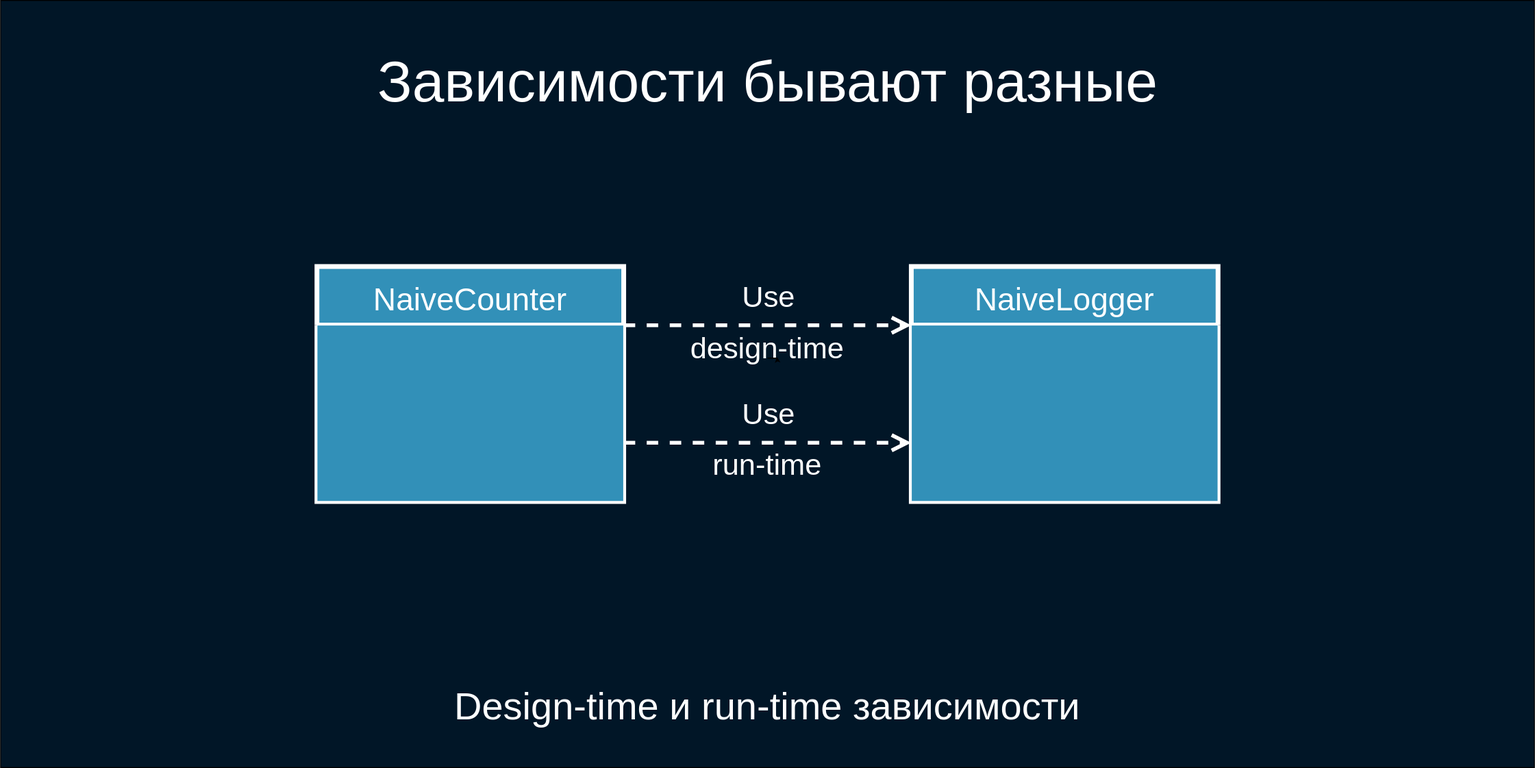
Above: deck/ru/diagrams/naive1.svg in softspiders/dip-in-ca-deck (draw.io), before the change. Source tidied: cells renumbered, new cells last; positions are measured from the earlier drawing's top-left corner, leaving out a move shared by most shapes. Source of this version:
```xml
<mxGraphModel background="#ffffff">
  <root>
    <mxCell id="0" />
    <mxCell id="1" parent="0" />
    <mxCell id="2" style="rounded=0;whiteSpace=wrap;html=1;fillColor=#011627;fontSize=30;fontColor=#FFFFFF;strokeColor=#000000;" parent="1" vertex="1">
      <mxGeometry width="1600" height="800" as="geometry" />
    </mxCell>
    <mxCell id="3" value="Use" style="endArrow=open;endSize=12;dashed=1;html=1;fontSize=31;fontColor=#FFFFFF;strokeColor=#FFFFFF;entryX=0;entryY=0.25;entryDx=0;entryDy=0;strokeWidth=4;labelBackgroundColor=none;rounded=0;exitX=1;exitY=0.25;exitDx=0;exitDy=0;" parent="1" edge="1" source="4" target="6">
      <mxGeometry y="30" relative="1" as="geometry" />
    </mxCell>
    <mxCell id="4" value="NaiveCounter" style="swimlane;fontStyle=0;horizontal=1;startSize=61;fillColor=#3290B8;strokeColor=#FFFFFF;strokeWidth=5;fontSize=33;fontColor=#FFFFFF;" parent="1" vertex="1">
      <mxGeometry x="330" y="277.5" width="320" height="245" as="geometry" />
    </mxCell>
    <mxCell id="5" style="text;strokeColor=#FFFFFF;fillColor=#3290B8;align=left;verticalAlign=top;spacingLeft=4;spacingRight=4;overflow=hidden;strokeWidth=1;" parent="4" vertex="1">
      <mxGeometry y="61" width="320" height="184" as="geometry" />
    </mxCell>
    <mxCell id="6" value="NaiveLogger" style="swimlane;fontStyle=0;horizontal=1;startSize=61;fillColor=#3290B8;strokeColor=#FFFFFF;strokeWidth=5;fontSize=33;fontColor=#FFFFFF;" parent="1" vertex="1">
      <mxGeometry x="950" y="277.5" width="320" height="245" as="geometry" />
    </mxCell>
    <mxCell id="7" style="text;strokeColor=#FFFFFF;fillColor=#3290B8;align=left;verticalAlign=top;spacingLeft=4;spacingRight=4;overflow=hidden;strokeWidth=1;" parent="6" vertex="1">
      <mxGeometry y="61" width="320" height="184" as="geometry" />
    </mxCell>
    <mxCell id="8" value="design-time" style="text;html=1;strokeColor=none;fillColor=none;align=center;verticalAlign=middle;whiteSpace=wrap;rounded=0;fontSize=31;fontColor=#FFFFFF;" parent="1" vertex="1">
      <mxGeometry x="705" y="353" width="190" height="20" as="geometry" />
    </mxCell>
    <mxCell id="9" style="edgeStyle=orthogonalEdgeStyle;rounded=0;orthogonalLoop=1;jettySize=auto;html=1;exitX=0.5;exitY=1;exitDx=0;exitDy=0;entryX=0.553;entryY=0.974;entryDx=0;entryDy=0;entryPerimeter=0;fontSize=33;fontColor=#FFFFFF;" parent="1" edge="1" source="8" target="8">
      <mxGeometry relative="1" as="geometry" />
    </mxCell>
    <mxCell id="10" value="Зависимости бывают разные" style="text;html=1;strokeColor=none;fillColor=none;align=center;verticalAlign=middle;whiteSpace=wrap;rounded=0;fontSize=60;fontColor=#FFFFFF;" parent="1" vertex="1">
      <mxGeometry x="353.8" y="50" width="892.5" height="70" as="geometry" />
    </mxCell>
    <mxCell id="11" value="Use" style="endArrow=open;endSize=12;dashed=1;html=1;fontSize=31;fontColor=#FFFFFF;strokeColor=#FFFFFF;entryX=0;entryY=0.75;entryDx=0;entryDy=0;strokeWidth=4;labelBackgroundColor=none;rounded=0;exitX=1;exitY=0.75;exitDx=0;exitDy=0;" parent="1" edge="1" source="4" target="6">
      <mxGeometry y="30" relative="1" as="geometry" />
    </mxCell>
    <mxCell id="12" value="run-time" style="text;html=1;strokeColor=none;fillColor=none;align=center;verticalAlign=middle;whiteSpace=wrap;rounded=0;fontSize=31;fontColor=#FFFFFF;" parent="1" vertex="1">
      <mxGeometry x="705" y="474" width="190" height="20" as="geometry" />
    </mxCell>
    <mxCell id="13" value="Design-time и run-time зависимости" style="text;html=1;strokeColor=none;fillColor=none;align=center;verticalAlign=middle;whiteSpace=wrap;rounded=0;fontSize=40;fontColor=#FFFFFF;" parent="1" vertex="1">
      <mxGeometry x="215" y="700" width="1170" height="70" as="geometry" />
    </mxCell>
  </root>
</mxGraphModel>
```
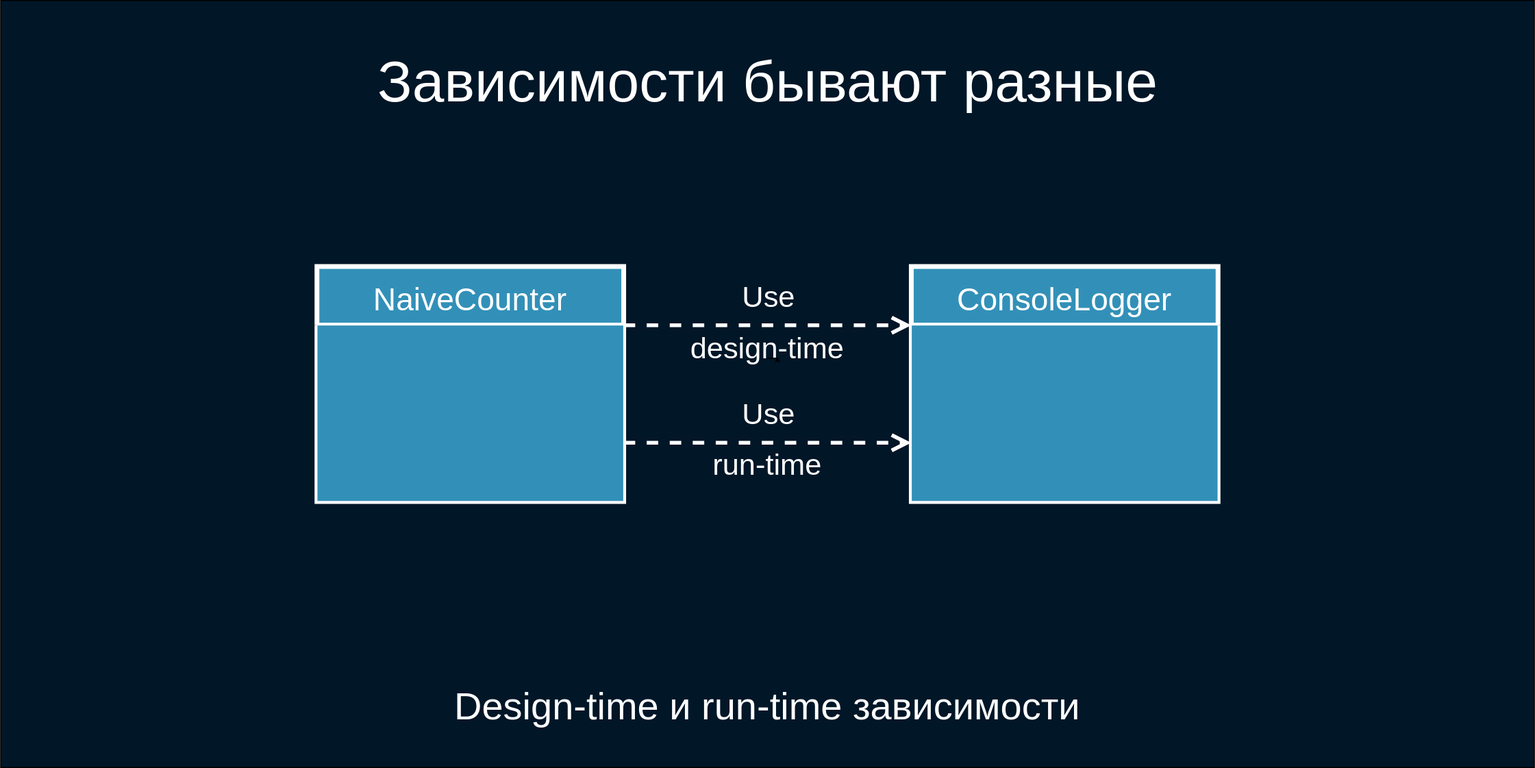
Later version of the same file.

What changed in the source:
```diff
@@ -14,7 +14,7 @@
     <mxCell id="5" style="text;strokeColor=#FFFFFF;fillColor=#3290B8;align=left;verticalAlign=top;spacingLeft=4;spacingRight=4;overflow=hidden;strokeWidth=1;" parent="4" vertex="1">
       <mxGeometry y="61" width="320" height="184" as="geometry" />
     </mxCell>
-    <mxCell id="6" value="NaiveLogger" style="swimlane;fontStyle=0;horizontal=1;startSize=61;fillColor=#3290B8;strokeColor=#FFFFFF;strokeWidth=5;fontSize=33;fontColor=#FFFFFF;" parent="1" vertex="1">
+    <mxCell id="6" value="ConsoleLogger" style="swimlane;fontStyle=0;horizontal=1;startSize=61;fillColor=#3290B8;strokeColor=#FFFFFF;strokeWidth=5;fontSize=33;fontColor=#FFFFFF;" parent="1" vertex="1">
       <mxGeometry x="950" y="277.5" width="320" height="245" as="geometry" />
     </mxCell>
     <mxCell id="7" style="text;strokeColor=#FFFFFF;fillColor=#3290B8;align=left;verticalAlign=top;spacingLeft=4;spacingRight=4;overflow=hidden;strokeWidth=1;" parent="6" vertex="1">
```
